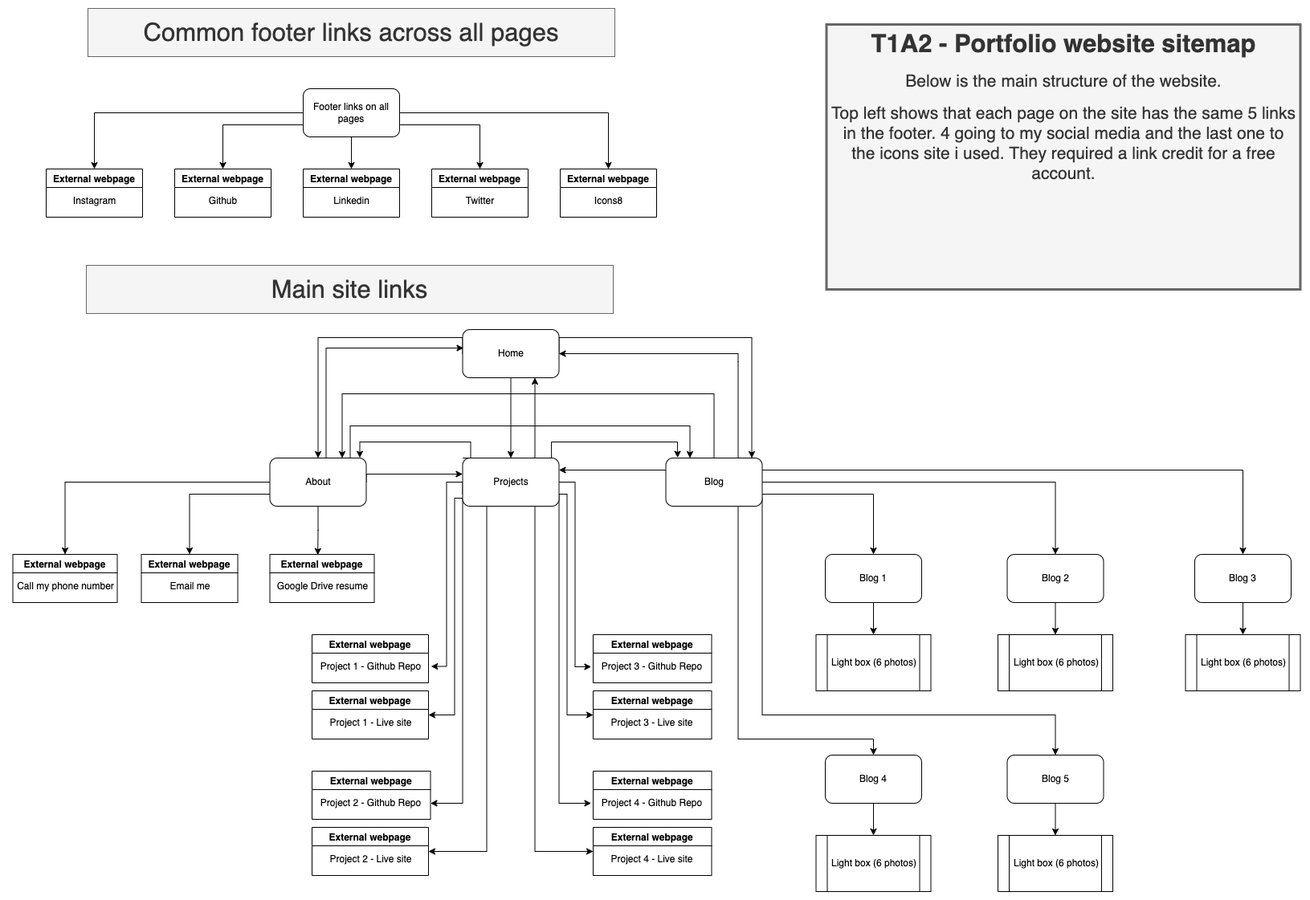
Earlier version of the draw.io export docs/t1a2-website-sitemap.png (MarioLisbona/CA-T1A2-portfolio). Source tidied: cells renumbered, new cells last; positions are measured from the earlier drawing's top-left corner, leaving out a move shared by most shapes.
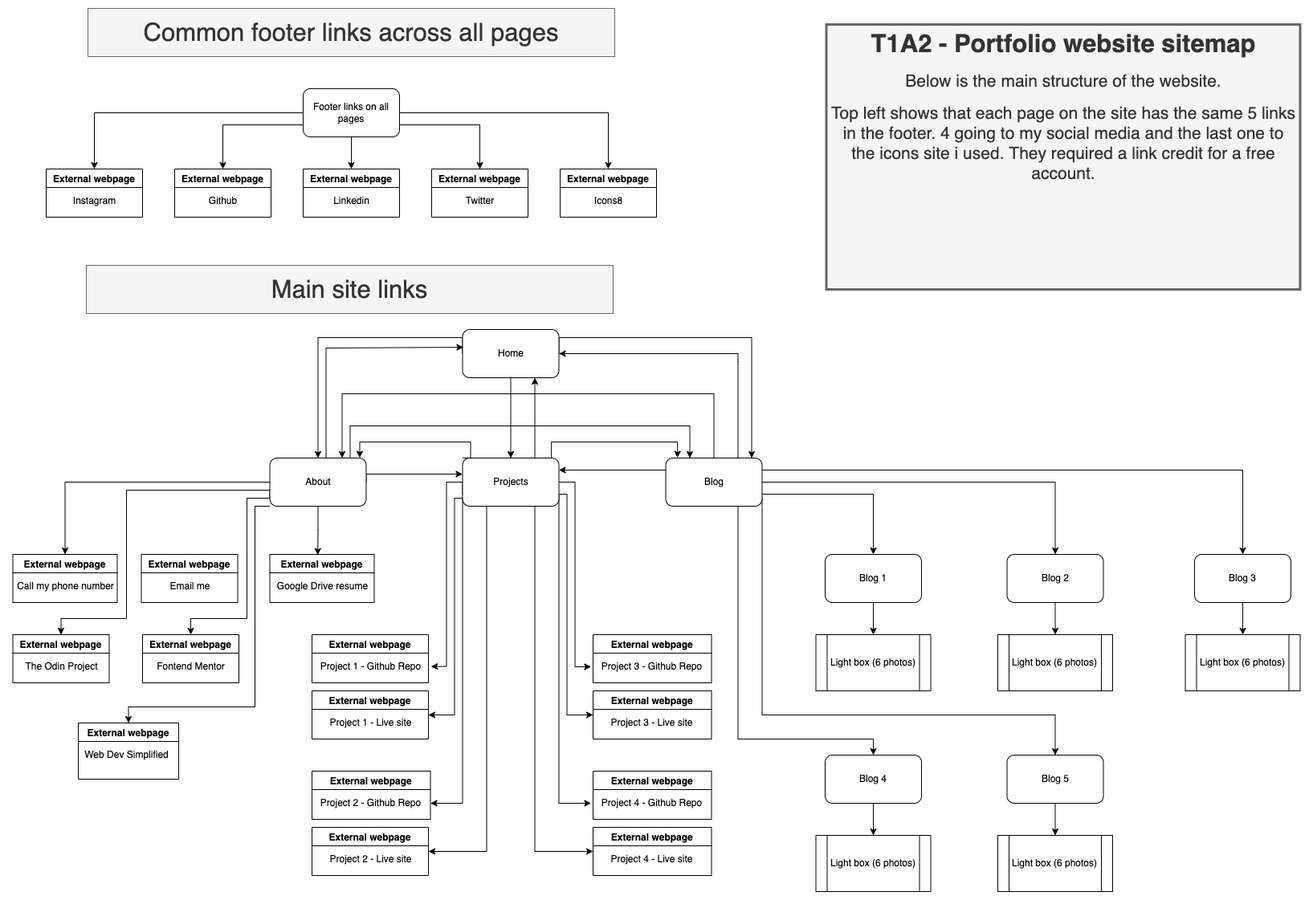
The same file after the commit.

Change to the diagram source:
```diff
@@ -75,8 +75,15 @@
     <mxCell id="22" style="edgeStyle=orthogonalEdgeStyle;rounded=0;jettySize=auto;html=1;exitX=0;exitY=0.5;exitDx=0;exitDy=0;entryX=0.5;entryY=0;entryDx=0;entryDy=0;" parent="1" edge="1" source="28" target="52">
       <mxGeometry relative="1" as="geometry" />
     </mxCell>
-    <mxCell id="23" style="edgeStyle=orthogonalEdgeStyle;rounded=0;jettySize=auto;html=1;exitX=0;exitY=0.75;exitDx=0;exitDy=0;entryX=0.5;entryY=0;entryDx=0;entryDy=0;" parent="1" edge="1" source="28" target="54">
-      <mxGeometry relative="1" as="geometry" />
+    <mxCell id="23" style="edgeStyle=orthogonalEdgeStyle;rounded=0;jettySize=auto;html=1;exitX=0;exitY=0.75;exitDx=0;exitDy=0;entryX=0.5;entryY=0;entryDx=0;entryDy=0;" parent="1" edge="1" source="28" target="92">
+      <mxGeometry relative="1" as="geometry">
+        <Array as="points">
+          <mxPoint x="325" y="600" />
+          <mxPoint x="146" y="600" />
+          <mxPoint x="146" y="760" />
+          <mxPoint x="65" y="760" />
+        </Array>
+      </mxGeometry>
     </mxCell>
     <mxCell id="24" style="edgeStyle=orthogonalEdgeStyle;rounded=0;jettySize=auto;html=1;exitX=0.5;exitY=1;exitDx=0;exitDy=0;entryX=0.459;entryY=0.013;entryDx=0;entryDy=0;entryPerimeter=0;" parent="1" edge="1" source="28" target="50">
       <mxGeometry relative="1" as="geometry" />
@@ -106,6 +113,25 @@
         </Array>
       </mxGeometry>
     </mxCell>
+    <mxCell id="90" style="edgeStyle=orthogonalEdgeStyle;rounded=0;jettySize=auto;html=1;exitX=0;exitY=0.75;exitDx=0;exitDy=0;entryX=0.5;entryY=0;entryDx=0;entryDy=0;" parent="1" edge="1" source="28" target="94">
+      <mxGeometry relative="1" as="geometry">
+        <Array as="points">
+          <mxPoint x="325" y="610" />
+          <mxPoint x="296" y="610" />
+          <mxPoint x="296" y="760" />
+          <mxPoint x="226" y="760" />
+        </Array>
+      </mxGeometry>
+    </mxCell>
+    <mxCell id="91" style="edgeStyle=orthogonalEdgeStyle;rounded=0;jettySize=auto;html=1;exitX=0;exitY=1;exitDx=0;exitDy=0;entryX=0.5;entryY=0;entryDx=0;entryDy=0;" parent="1" edge="1" source="28" target="96">
+      <mxGeometry relative="1" as="geometry">
+        <Array as="points">
+          <mxPoint x="306" y="620" />
+          <mxPoint x="306" y="870" />
+          <mxPoint x="149" y="870" />
+        </Array>
+      </mxGeometry>
+    </mxCell>
     <mxCell id="28" value="About" style="rounded=1;whiteSpace=wrap;html=1;" parent="1" vertex="1">
       <mxGeometry x="324.5" y="560" width="120" height="60" as="geometry" />
     </mxCell>
@@ -364,5 +390,23 @@
     <mxCell id="89" value="&lt;span style=&quot;text-align: left;&quot;&gt;Main site links&lt;/span&gt;" style="text;html=1;strokeColor=#666666;fillColor=#f5f5f5;align=center;verticalAlign=middle;whiteSpace=wrap;rounded=0;fontSize=31;fontColor=#333333;" parent="1" vertex="1">
       <mxGeometry x="96" y="320" width="656" height="60" as="geometry" />
     </mxCell>
+    <mxCell id="92" value="External webpage" style="swimlane;" parent="1" vertex="1">
+      <mxGeometry x="4.5" y="780" width="120" height="60" as="geometry" />
+    </mxCell>
+    <mxCell id="93" value="The Odin Project" style="text;html=1;align=center;verticalAlign=middle;strokeColor=none;fillColor=none;" parent="92" vertex="1">
+      <mxGeometry x="5" y="25" width="110" height="30" as="geometry" />
+    </mxCell>
+    <mxCell id="94" value="External webpage" style="swimlane;" parent="1" vertex="1">
+      <mxGeometry x="166" y="780" width="120" height="60" as="geometry" />
+    </mxCell>
+    <mxCell id="95" value="Fontend Mentor" style="text;html=1;align=center;verticalAlign=middle;strokeColor=none;fillColor=none;" parent="94" vertex="1">
+      <mxGeometry x="5" y="25" width="110" height="30" as="geometry" />
+    </mxCell>
+    <mxCell id="96" value="External webpage" style="swimlane;" parent="1" vertex="1">
+      <mxGeometry x="86" y="890" width="125" height="70" as="geometry" />
+    </mxCell>
+    <mxCell id="97" value="Web Dev Simplified" style="text;html=1;align=center;verticalAlign=middle;strokeColor=none;fillColor=none;" parent="96" vertex="1">
+      <mxGeometry x="-5" y="25" width="130" height="30" as="geometry" />
+    </mxCell>
   </root>
 </mxGraphModel>
```
